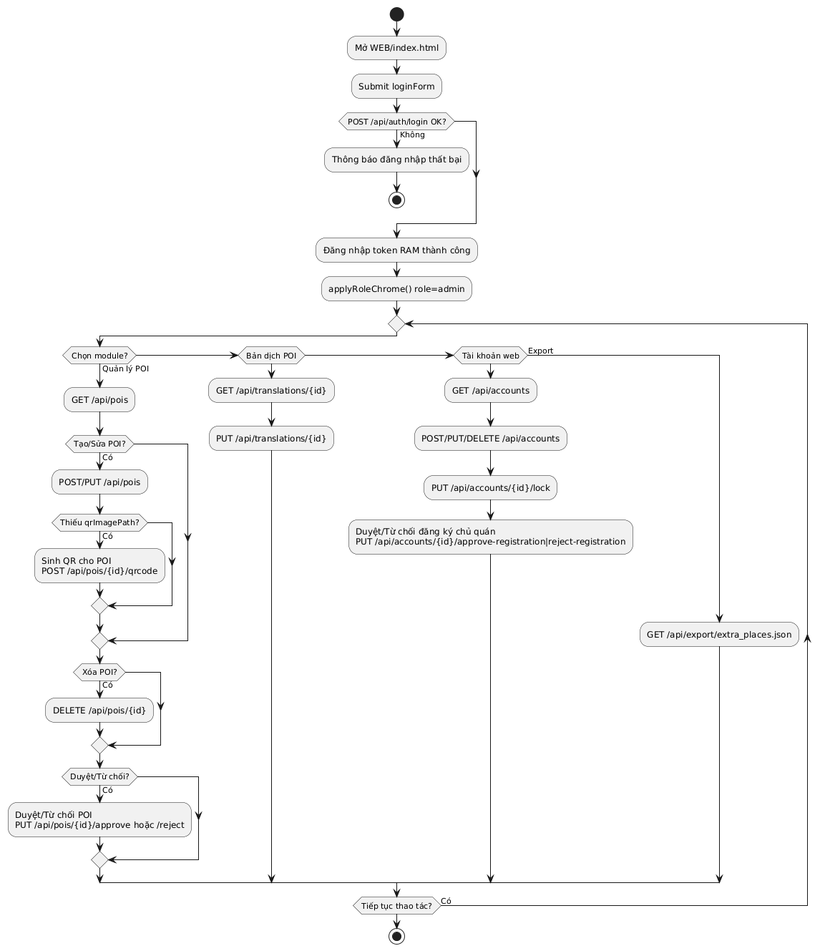
hoangtri22/TravelGuide keeps this PlantUML diagram as Diagrams/ACT Admin.png. Above is the earlier version.
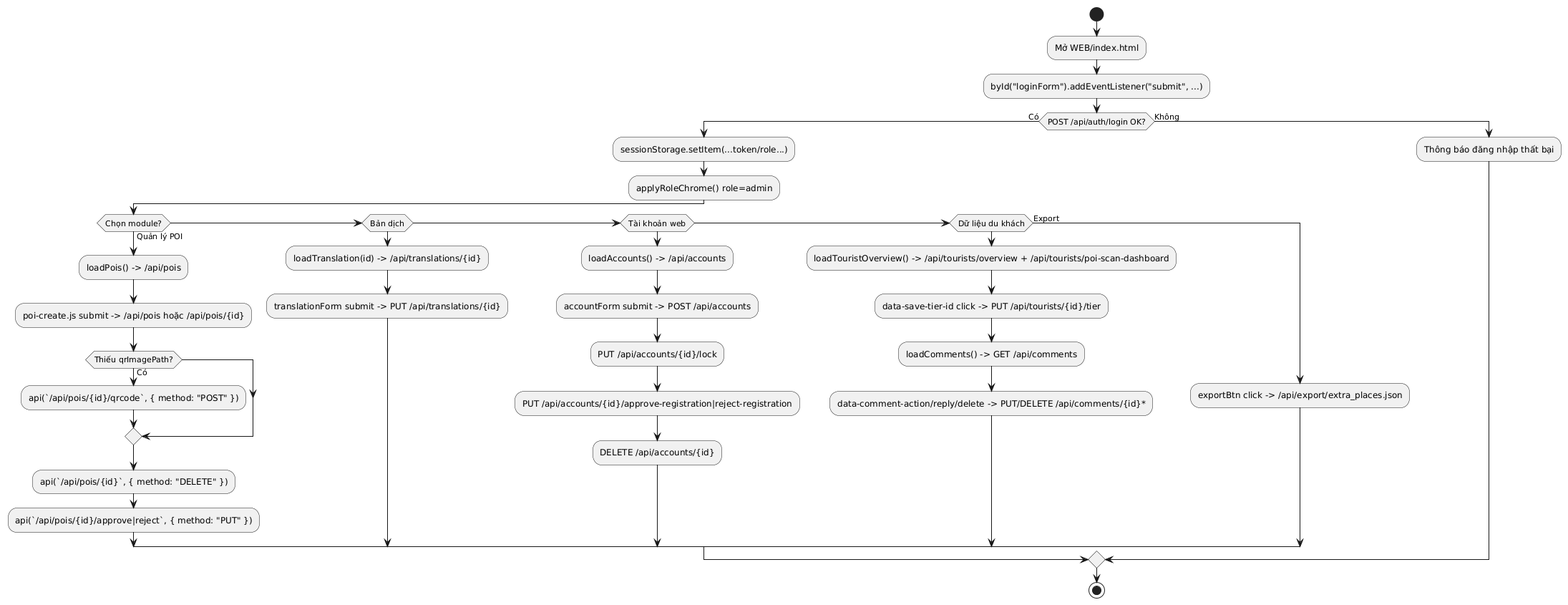
After the change.

The edit, as a diff of the source:
```diff
@@ -1,39 +1,37 @@
 @startuml
 start
 :Mở WEB/index.html;
-:Submit loginForm;
-if (POST /api/auth/login OK?) then (Không)
+:byId("loginForm").addEventListener("submit", ...);
+if (POST /api/auth/login OK?) then (Có)
+  :sessionStorage.setItem(...token/role...);
+  :applyRoleChrome() role=admin;
+  if (Chọn module?) then (Quản lý POI)
+    :loadPois() -> /api/pois;
+    :poi-create.js submit -> /api/pois hoặc /api/pois/{id};
+    if (Thiếu qrImagePath?) then (Có)
+      :api(`/api/pois/{id}/qrcode`, { method: "POST" });
+    endif
+    :api(`/api/pois/{id}`, { method: "DELETE" });
+    :api(`/api/pois/{id}/approve|reject`, { method: "PUT" });
+  elseif (Bản dịch)
+    :loadTranslation(id) -> /api/translations/{id};
+    :translationForm submit -> PUT /api/translations/{id};
+  elseif (Tài khoản web)
+    :loadAccounts() -> /api/accounts;
+    :accountForm submit -> POST /api/accounts;
+    :PUT /api/accounts/{id}/lock;
+    :PUT /api/accounts/{id}/approve-registration|reject-registration;
+    :DELETE /api/accounts/{id};
+  elseif (Dữ liệu du khách)
+    :loadTouristOverview() -> /api/tourists/overview + /api/tourists/poi-scan-dashboard;
+    :data-save-tier-id click -> PUT /api/tourists/{id}/tier;
+    :loadComments() -> GET /api/comments;
+    :data-comment-action/reply/delete -> PUT/DELETE /api/comments/{id}*;
+  else (Export)
+    :exportBtn click -> /api/export/extra_places.json;
+  endif
+else (Không)
   :Thông báo đăng nhập thất bại;
-  stop
 endif
-:Đăng nhập token RAM thành công;
-:applyRoleChrome() role=admin;
-repeat
-  if (Chọn module?) then (Quản lý POI)
-    :GET /api/pois;
-    if (Tạo/Sửa POI?) then (Có)
-      :POST/PUT /api/pois;
-      if (Thiếu qrImagePath?) then (Có)
-        :Sinh QR cho POI\nPOST /api/pois/{id}/qrcode;
-      endif
-    endif
-    if (Xóa POI?) then (Có)
-      :DELETE /api/pois/{id};
-    endif
-    if (Duyệt/Từ chối?) then (Có)
-      :Duyệt/Từ chối POI\nPUT /api/pois/{id}/approve hoặc /reject;
-    endif
-  elseif (Bản dịch POI)
-    :GET /api/translations/{id};
-    :PUT /api/translations/{id};
-  elseif (Tài khoản web)
-    :GET /api/accounts;
-    :POST/PUT/DELETE /api/accounts;
-    :PUT /api/accounts/{id}/lock;
-    :Duyệt/Từ chối đăng ký chủ quán\nPUT /api/accounts/{id}/approve-registration|reject-registration;
-  else (Export)
-    :GET /api/export/extra_places.json;
-  endif
-repeat while (Tiếp tục thao tác?) is (Có)
 stop
 @enduml
```
